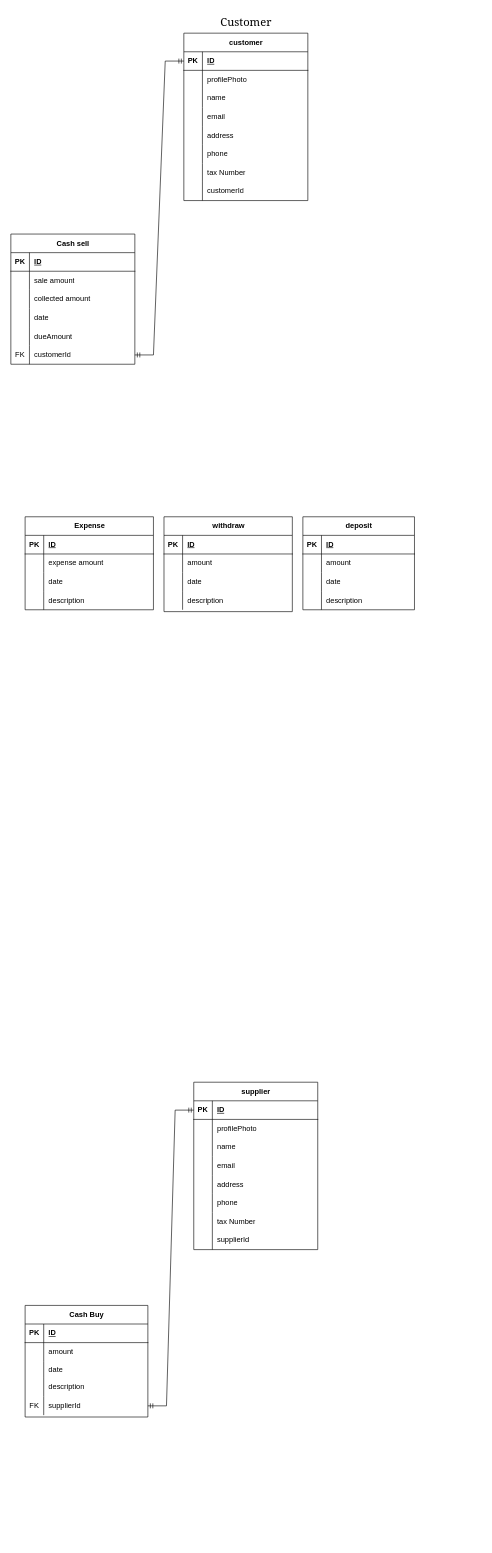
Above: databases/diagram.drawio in devsrakib/esBook (draw.io), before the change. Source tidied: cells renumbered, new cells numbered last; positions are measured from the earlier drawing's top-left corner, leaving out a move shared by most shapes. Both pictures are drawn from the tidied source at 62%, with x=0, y=0 at pixel (11, 11).
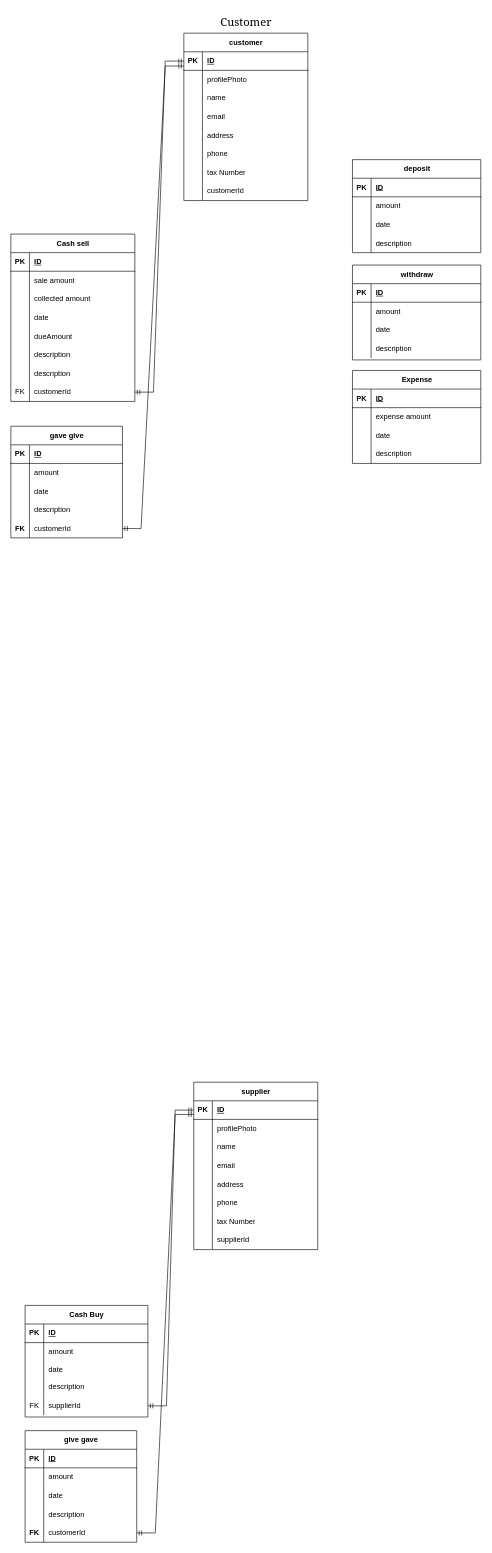
The same page after the edit.

The edit, as a diff of the source:
```diff
@@
     <mxCell id="27" value="Cash sell" style="shape=table;startSize=30;childLayout=tableLayout;rowLines=0;fontStyle=1;align=center;html=1;" parent="1" vertex="1">
-      <mxGeometry y="360" width="200" height="210" as="geometry" />
+      <mxGeometry y="360" width="200" height="270" as="geometry" />
     </mxCell>
@@
+    <mxCell id="129" style="shape=tableRow;horizontal=0;startSize=0;swimlaneHead=0;swimlaneBody=0;fillColor=none;top=0;left=0;right=0;bottom=0;" parent="27" vertex="1">
+      <mxGeometry y="180" width="200" height="30" as="geometry" />
+    </mxCell>
+    <mxCell id="130" value="&lt;br&gt;&lt;div&gt;&lt;br/&gt;&lt;/div&gt;" style="shape=partialRectangle;fillColor=none;top=0;left=0;bottom=0;right=0;overflow=hidden;whiteSpace=wrap;html=1;" parent="129" vertex="1">
+      <mxGeometry width="30" height="30" as="geometry" />
+    </mxCell>
+    <mxCell id="131" value="description" style="shape=partialRectangle;fillColor=none;top=0;left=0;bottom=0;right=0;align=left;spacingLeft=6;overflow=hidden;whiteSpace=wrap;html=1;" parent="129" vertex="1">
+      <mxGeometry x="30" width="170" height="30" as="geometry" />
+    </mxCell>
+    <mxCell id="132" style="shape=tableRow;horizontal=0;startSize=0;swimlaneHead=0;swimlaneBody=0;fillColor=none;top=0;left=0;right=0;bottom=0;" parent="27" vertex="1">
+      <mxGeometry y="210" width="200" height="30" as="geometry" />
+    </mxCell>
+    <mxCell id="133" value="&lt;br&gt;&lt;div&gt;&lt;br/&gt;&lt;/div&gt;" style="shape=partialRectangle;fillColor=none;top=0;left=0;bottom=0;right=0;overflow=hidden;whiteSpace=wrap;html=1;" parent="132" vertex="1">
+      <mxGeometry width="30" height="30" as="geometry" />
+    </mxCell>
+    <mxCell id="134" value="description" style="shape=partialRectangle;fillColor=none;top=0;left=0;bottom=0;right=0;align=left;spacingLeft=6;overflow=hidden;whiteSpace=wrap;html=1;" parent="132" vertex="1">
+      <mxGeometry x="30" width="170" height="30" as="geometry" />
+    </mxCell>
     <mxCell id="43" style="shape=tableRow;horizontal=0;startSize=0;swimlaneHead=0;swimlaneBody=0;fillColor=none;points=[[0,0.5],[1,0.5]];portConstraint=eastwest;top=0;left=0;right=0;bottom=0;" parent="27" vertex="1">
-      <mxGeometry y="180" width="200" height="30" as="geometry" />
+      <mxGeometry y="240" width="200" height="30" as="geometry" />
     </mxCell>
@@
     <mxCell id="87" value="Expense" style="shape=table;startSize=30;childLayout=tableLayout;rowLines=0;fontStyle=1;align=center;html=1;" parent="1" vertex="1">
-      <mxGeometry x="23" y="816" width="207" height="150" as="geometry" />
+      <mxGeometry x="551" y="580" width="207" height="150" as="geometry" />
     </mxCell>
@@
     <mxCell id="100" value="withdraw" style="shape=table;startSize=30;childLayout=tableLayout;rowLines=0;fontStyle=1;align=center;html=1;" parent="1" vertex="1">
-      <mxGeometry x="247" y="816" width="207" height="153" as="geometry" />
+      <mxGeometry x="551" y="410" width="207" height="153" as="geometry" />
     </mxCell>
@@
     <mxCell id="116" value="deposit" style="shape=table;startSize=30;childLayout=tableLayout;rowLines=0;fontStyle=1;align=center;html=1;" parent="1" vertex="1">
-      <mxGeometry x="471" y="816" width="180" height="150" as="geometry" />
+      <mxGeometry x="551" y="240" width="207" height="150" as="geometry" />
     </mxCell>
     <mxCell id="117" style="shape=tableRow;horizontal=0;startSize=0;swimlaneHead=0;swimlaneBody=0;fillColor=none;top=0;left=0;right=0;bottom=1;" parent="116" vertex="1">
-      <mxGeometry y="30" width="180" height="30" as="geometry" />
+      <mxGeometry y="30" width="207" height="30" as="geometry" />
     </mxCell>
@@
     <mxCell id="119" value="ID" style="shape=partialRectangle;fillColor=none;top=0;left=0;bottom=0;right=0;align=left;spacingLeft=6;fontStyle=5;overflow=hidden;whiteSpace=wrap;html=1;" parent="117" vertex="1">
-      <mxGeometry x="30" width="150" height="30" as="geometry" />
+      <mxGeometry x="30" width="177" height="30" as="geometry" />
     </mxCell>
     <mxCell id="120" style="shape=tableRow;horizontal=0;startSize=0;swimlaneHead=0;swimlaneBody=0;fillColor=none;top=0;left=0;right=0;bottom=0;" parent="116" vertex="1">
-      <mxGeometry y="60" width="180" height="30" as="geometry" />
+      <mxGeometry y="60" width="207" height="30" as="geometry" />
     </mxCell>
@@
     <mxCell id="122" value="amount" style="shape=partialRectangle;fillColor=none;top=0;left=0;bottom=0;right=0;align=left;spacingLeft=6;overflow=hidden;whiteSpace=wrap;html=1;" parent="120" vertex="1">
-      <mxGeometry x="30" width="150" height="30" as="geometry" />
+      <mxGeometry x="30" width="177" height="30" as="geometry" />
     </mxCell>
     <mxCell id="123" style="shape=tableRow;horizontal=0;startSize=0;swimlaneHead=0;swimlaneBody=0;fillColor=none;top=0;left=0;right=0;bottom=0;" parent="116" vertex="1">
-      <mxGeometry y="90" width="180" height="30" as="geometry" />
+      <mxGeometry y="90" width="207" height="30" as="geometry" />
     </mxCell>
@@
     <mxCell id="125" value="date" style="shape=partialRectangle;fillColor=none;top=0;left=0;bottom=0;right=0;align=left;spacingLeft=6;overflow=hidden;whiteSpace=wrap;html=1;" parent="123" vertex="1">
-      <mxGeometry x="30" width="150" height="30" as="geometry" />
+      <mxGeometry x="30" width="177" height="30" as="geometry" />
     </mxCell>
     <mxCell id="126" style="shape=tableRow;horizontal=0;startSize=0;swimlaneHead=0;swimlaneBody=0;fillColor=none;top=0;left=0;right=0;bottom=0;" parent="116" vertex="1">
-      <mxGeometry y="120" width="180" height="30" as="geometry" />
+      <mxGeometry y="120" width="207" height="30" as="geometry" />
     </mxCell>
@@
     <mxCell id="128" value="description" style="shape=partialRectangle;fillColor=none;top=0;left=0;bottom=0;right=0;align=left;spacingLeft=6;overflow=hidden;whiteSpace=wrap;html=1;" parent="126" vertex="1">
-      <mxGeometry x="30" width="150" height="30" as="geometry" />
+      <mxGeometry x="30" width="177" height="30" as="geometry" />
     </mxCell>
+    <mxCell id="135" value="gave give" style="shape=table;startSize=30;childLayout=tableLayout;rowLines=0;fontStyle=1;align=center;html=1;" parent="1" vertex="1">
+      <mxGeometry y="670" width="180" height="180" as="geometry" />
+    </mxCell>
+    <mxCell id="136" style="shape=tableRow;horizontal=0;startSize=0;swimlaneHead=0;swimlaneBody=0;fillColor=none;top=0;left=0;right=0;bottom=1;" parent="135" vertex="1">
+      <mxGeometry y="30" width="180" height="30" as="geometry" />
+    </mxCell>
+    <mxCell id="137" value="PK" style="shape=partialRectangle;fillColor=none;top=0;left=0;bottom=0;right=0;fontStyle=1;overflow=hidden;whiteSpace=wrap;html=1;" parent="136" vertex="1">
+      <mxGeometry width="30" height="30" as="geometry" />
+    </mxCell>
+    <mxCell id="138" value="ID" style="shape=partialRectangle;fillColor=none;top=0;left=0;bottom=0;right=0;align=left;spacingLeft=6;fontStyle=5;overflow=hidden;whiteSpace=wrap;html=1;" parent="136" vertex="1">
+      <mxGeometry x="30" width="150" height="30" as="geometry" />
+    </mxCell>
+    <mxCell id="139" style="shape=tableRow;horizontal=0;startSize=0;swimlaneHead=0;swimlaneBody=0;fillColor=none;top=0;left=0;right=0;bottom=0;" parent="135" vertex="1">
+      <mxGeometry y="60" width="180" height="30" as="geometry" />
+    </mxCell>
+    <mxCell id="140" style="shape=partialRectangle;fillColor=none;top=0;left=0;bottom=0;right=0;overflow=hidden;whiteSpace=wrap;html=1;" parent="139" vertex="1">
+      <mxGeometry width="30" height="30" as="geometry" />
+    </mxCell>
+    <mxCell id="141" value="amount" style="shape=partialRectangle;fillColor=none;top=0;left=0;bottom=0;right=0;align=left;spacingLeft=6;overflow=hidden;whiteSpace=wrap;html=1;" parent="139" vertex="1">
+      <mxGeometry x="30" width="150" height="30" as="geometry" />
+    </mxCell>
+    <mxCell id="142" style="shape=tableRow;horizontal=0;startSize=0;swimlaneHead=0;swimlaneBody=0;fillColor=none;top=0;left=0;right=0;bottom=0;" parent="135" vertex="1">
+      <mxGeometry y="90" width="180" height="30" as="geometry" />
+    </mxCell>
+    <mxCell id="143" style="shape=partialRectangle;fillColor=none;top=0;left=0;bottom=0;right=0;overflow=hidden;whiteSpace=wrap;html=1;" parent="142" vertex="1">
+      <mxGeometry width="30" height="30" as="geometry" />
+    </mxCell>
+    <mxCell id="144" value="date" style="shape=partialRectangle;fillColor=none;top=0;left=0;bottom=0;right=0;align=left;spacingLeft=6;overflow=hidden;whiteSpace=wrap;html=1;" parent="142" vertex="1">
+      <mxGeometry x="30" width="150" height="30" as="geometry" />
+    </mxCell>
+    <mxCell id="145" style="shape=tableRow;horizontal=0;startSize=0;swimlaneHead=0;swimlaneBody=0;fillColor=none;top=0;left=0;right=0;bottom=0;" parent="135" vertex="1">
+      <mxGeometry y="120" width="180" height="30" as="geometry" />
+    </mxCell>
+    <mxCell id="146" style="shape=partialRectangle;fillColor=none;top=0;left=0;bottom=0;right=0;overflow=hidden;whiteSpace=wrap;html=1;" parent="145" vertex="1">
+      <mxGeometry width="30" height="30" as="geometry" />
+    </mxCell>
+    <mxCell id="147" value="description" style="shape=partialRectangle;fillColor=none;top=0;left=0;bottom=0;right=0;align=left;spacingLeft=6;overflow=hidden;whiteSpace=wrap;html=1;" parent="145" vertex="1">
+      <mxGeometry x="30" width="150" height="30" as="geometry" />
+    </mxCell>
+    <mxCell id="148" style="shape=tableRow;horizontal=0;startSize=0;swimlaneHead=0;swimlaneBody=0;fillColor=none;points=[[0,0.5],[1,0.5]];portConstraint=eastwest;top=0;left=0;right=0;bottom=0;" parent="135" vertex="1">
+      <mxGeometry y="150" width="180" height="30" as="geometry" />
+    </mxCell>
+    <mxCell id="149" value="&lt;b&gt;FK&lt;/b&gt;" style="shape=partialRectangle;fillColor=none;top=0;left=0;bottom=0;right=0;overflow=hidden;whiteSpace=wrap;html=1;" parent="148" vertex="1">
+      <mxGeometry width="30" height="30" as="geometry" />
+    </mxCell>
+    <mxCell id="150" value="customerId" style="shape=partialRectangle;fillColor=none;top=0;left=0;bottom=0;right=0;align=left;spacingLeft=6;overflow=hidden;whiteSpace=wrap;html=1;" parent="148" vertex="1">
+      <mxGeometry x="30" width="150" height="30" as="geometry" />
+    </mxCell>
+    <mxCell id="151" style="edgeStyle=entityRelationEdgeStyle;fontSize=12;html=1;endArrow=ERmandOne;startArrow=ERmandOne;rounded=0;exitX=1;exitY=0.5;exitDx=0;exitDy=0;entryX=-0.01;entryY=0.767;entryDx=0;entryDy=0;entryPerimeter=0;" parent="1" edge="1" source="148">
+      <mxGeometry relative="1" as="geometry">
+        <mxPoint x="279" y="89" as="targetPoint" />
+        <Array as="points">
+          <mxPoint x="169" y="130" />
+        </Array>
+      </mxGeometry>
+    </mxCell>
+    <mxCell id="152" value="give gave" style="shape=table;startSize=30;childLayout=tableLayout;rowLines=0;fontStyle=1;align=center;html=1;" parent="1" vertex="1">
+      <mxGeometry x="23" y="2290" width="180" height="180" as="geometry" />
+    </mxCell>
+    <mxCell id="153" style="shape=tableRow;horizontal=0;startSize=0;swimlaneHead=0;swimlaneBody=0;fillColor=none;top=0;left=0;right=0;bottom=1;" parent="152" vertex="1">
+      <mxGeometry y="30" width="180" height="30" as="geometry" />
+    </mxCell>
+    <mxCell id="154" value="PK" style="shape=partialRectangle;fillColor=none;top=0;left=0;bottom=0;right=0;fontStyle=1;overflow=hidden;whiteSpace=wrap;html=1;" parent="153" vertex="1">
+      <mxGeometry width="30" height="30" as="geometry" />
+    </mxCell>
+    <mxCell id="155" value="ID" style="shape=partialRectangle;fillColor=none;top=0;left=0;bottom=0;right=0;align=left;spacingLeft=6;fontStyle=5;overflow=hidden;whiteSpace=wrap;html=1;" parent="153" vertex="1">
+      <mxGeometry x="30" width="150" height="30" as="geometry" />
+    </mxCell>
+    <mxCell id="156" style="shape=tableRow;horizontal=0;startSize=0;swimlaneHead=0;swimlaneBody=0;fillColor=none;top=0;left=0;right=0;bottom=0;" parent="152" vertex="1">
+      <mxGeometry y="60" width="180" height="30" as="geometry" />
+    </mxCell>
+    <mxCell id="157" style="shape=partialRectangle;fillColor=none;top=0;left=0;bottom=0;right=0;overflow=hidden;whiteSpace=wrap;html=1;" parent="156" vertex="1">
+      <mxGeometry width="30" height="30" as="geometry" />
+    </mxCell>
+    <mxCell id="158" value="amount" style="shape=partialRectangle;fillColor=none;top=0;left=0;bottom=0;right=0;align=left;spacingLeft=6;overflow=hidden;whiteSpace=wrap;html=1;" parent="156" vertex="1">
+      <mxGeometry x="30" width="150" height="30" as="geometry" />
+    </mxCell>
+    <mxCell id="159" style="shape=tableRow;horizontal=0;startSize=0;swimlaneHead=0;swimlaneBody=0;fillColor=none;top=0;left=0;right=0;bottom=0;" parent="152" vertex="1">
+      <mxGeometry y="90" width="180" height="30" as="geometry" />
+    </mxCell>
+    <mxCell id="160" style="shape=partialRectangle;fillColor=none;top=0;left=0;bottom=0;right=0;overflow=hidden;whiteSpace=wrap;html=1;" parent="159" vertex="1">
+      <mxGeometry width="30" height="30" as="geometry" />
+    </mxCell>
+    <mxCell id="161" value="date" style="shape=partialRectangle;fillColor=none;top=0;left=0;bottom=0;right=0;align=left;spacingLeft=6;overflow=hidden;whiteSpace=wrap;html=1;" parent="159" vertex="1">
+      <mxGeometry x="30" width="150" height="30" as="geometry" />
+    </mxCell>
+    <mxCell id="162" style="shape=tableRow;horizontal=0;startSize=0;swimlaneHead=0;swimlaneBody=0;fillColor=none;top=0;left=0;right=0;bottom=0;" parent="152" vertex="1">
+      <mxGeometry y="120" width="180" height="30" as="geometry" />
+    </mxCell>
+    <mxCell id="163" style="shape=partialRectangle;fillColor=none;top=0;left=0;bottom=0;right=0;overflow=hidden;whiteSpace=wrap;html=1;" parent="162" vertex="1">
+      <mxGeometry width="30" height="30" as="geometry" />
+    </mxCell>
+    <mxCell id="164" value="description" style="shape=partialRectangle;fillColor=none;top=0;left=0;bottom=0;right=0;align=left;spacingLeft=6;overflow=hidden;whiteSpace=wrap;html=1;" parent="162" vertex="1">
+      <mxGeometry x="30" width="150" height="30" as="geometry" />
+    </mxCell>
+    <mxCell id="165" style="shape=tableRow;horizontal=0;startSize=0;swimlaneHead=0;swimlaneBody=0;fillColor=none;points=[[0,0.5],[1,0.5]];portConstraint=eastwest;top=0;left=0;right=0;bottom=0;" parent="152" vertex="1">
+      <mxGeometry y="150" width="180" height="30" as="geometry" />
+    </mxCell>
+    <mxCell id="166" value="&lt;b&gt;FK&lt;/b&gt;" style="shape=partialRectangle;fillColor=none;top=0;left=0;bottom=0;right=0;overflow=hidden;whiteSpace=wrap;html=1;" parent="165" vertex="1">
+      <mxGeometry width="30" height="30" as="geometry" />
+    </mxCell>
+    <mxCell id="167" value="customerId" style="shape=partialRectangle;fillColor=none;top=0;left=0;bottom=0;right=0;align=left;spacingLeft=6;overflow=hidden;whiteSpace=wrap;html=1;" parent="165" vertex="1">
+      <mxGeometry x="30" width="150" height="30" as="geometry" />
+    </mxCell>
+    <mxCell id="168" style="edgeStyle=entityRelationEdgeStyle;fontSize=12;html=1;endArrow=ERmandOne;startArrow=ERmandOne;rounded=0;exitX=1;exitY=0.5;exitDx=0;exitDy=0;" parent="1" edge="1" source="165">
+      <mxGeometry relative="1" as="geometry">
+        <mxPoint x="295" y="1780" as="targetPoint" />
+        <Array as="points">
+          <mxPoint x="545" y="361" />
+        </Array>
+      </mxGeometry>
+    </mxCell>
```
